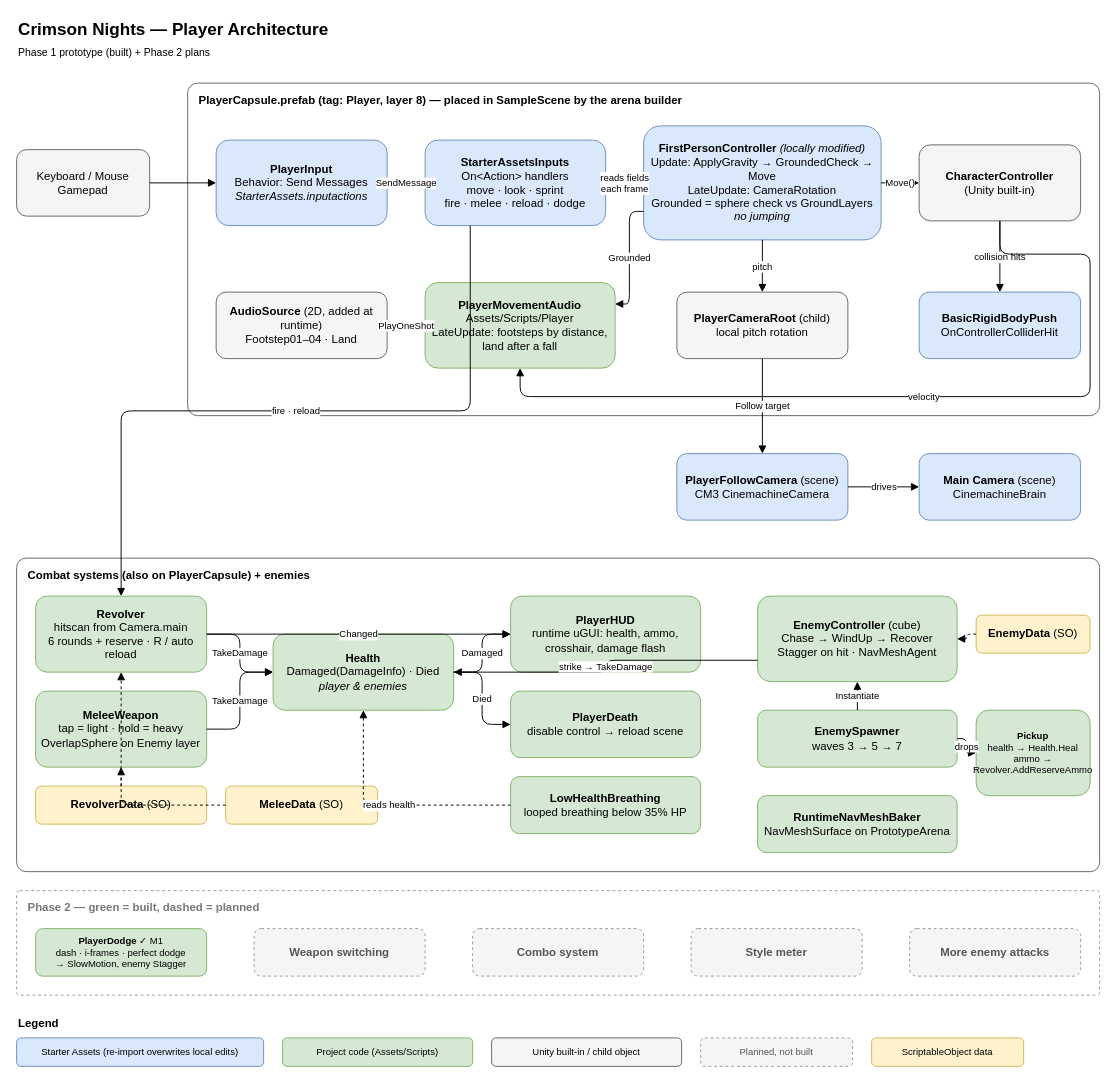
The draw.io diagram docs/architecture.drawio in ChrisOspina/Crimson-Nights, before the edit. Source tidied: cells renumbered, new cells numbered last; positions are measured from the earlier drawing's top-left corner, leaving out a move shared by most shapes. Both pictures are drawn from the tidied source at 95%, with x=0, y=0 at pixel (16, 16).
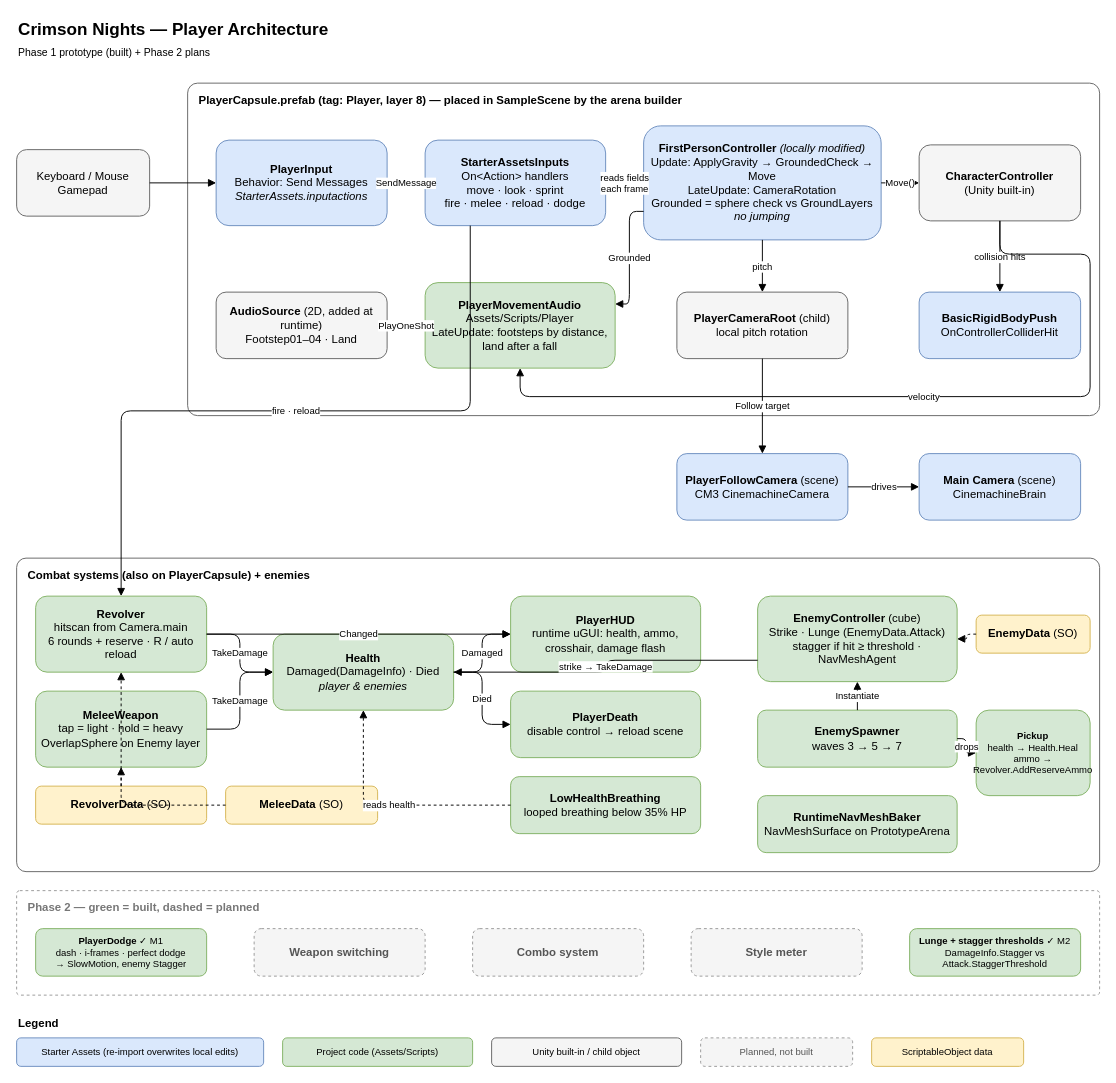
After the change.

Commit message (it also covers changes not shown here):
M2: thrall lunge attack and threshold-based stagger

The edit, as a diff of the source:
```diff
@@
-    <mxCell id="34" value="&lt;b&gt;EnemyController&lt;/b&gt; (cube)&lt;br&gt;Chase → WindUp → Recover&lt;br&gt;Stagger on hit · NavMeshAgent" style="rounded=1;whiteSpace=wrap;html=1;fillColor=#d5e8d4;strokeColor=#82b366;" parent="1" vertex="1">
+    <mxCell id="34" value="&lt;b&gt;EnemyController&lt;/b&gt; (cube)&lt;br&gt;Strike · Lunge (EnemyData.Attack)&lt;br&gt;stagger if hit ≥ threshold · NavMeshAgent" style="rounded=1;whiteSpace=wrap;html=1;fillColor=#d5e8d4;strokeColor=#82b366;" parent="1" vertex="1">
       <mxGeometry x="780" y="610" width="210" height="90" as="geometry" />
     </mxCell>
@@
-    <mxCell id="58" value="&lt;b&gt;More enemy attacks&lt;/b&gt;" style="rounded=1;whiteSpace=wrap;html=1;fillColor=#f5f5f5;strokeColor=#999999;dashed=1;fontColor=#555555;" parent="1" vertex="1">
+    <mxCell id="58" value="&lt;b&gt;Lunge + stagger thresholds&lt;/b&gt; ✓ M2&lt;br&gt;DamageInfo.Stagger vs Attack.StaggerThreshold" style="rounded=1;whiteSpace=wrap;html=1;fillColor=#d5e8d4;strokeColor=#82b366;fontSize=10;" parent="1" vertex="1">
       <mxGeometry x="940" y="960" width="180" height="50" as="geometry" />
     </mxCell>
```
